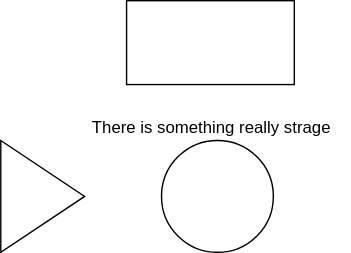
serodriguez68/react-cheatsheet-udemy-2019 keeps this draw.io diagram as diagrams/test.svg. Above is the earlier version. Source tidied: cells renumbered, new cells last; positions are measured from the earlier drawing's top-left corner, leaving out a move shared by most shapes.
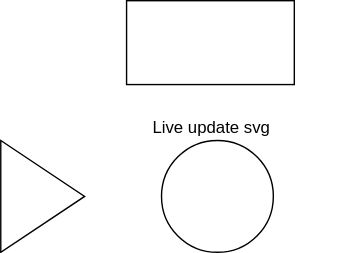
The same file after the commit.

Diff of the diagram source:
```diff
@@ -11,7 +11,7 @@
     <mxCell id="4" style="triangle;whiteSpace=wrap;html=1;" parent="1" vertex="1">
       <mxGeometry y="100" width="60" height="80" as="geometry" />
     </mxCell>
-    <mxCell id="5" value="There is something really strage" style="text;html=1;strokeColor=none;fillColor=none;align=center;verticalAlign=middle;whiteSpace=wrap;rounded=0;" parent="1" vertex="1">
+    <mxCell id="5" value="Live update svg" style="text;html=1;strokeColor=none;fillColor=none;align=center;verticalAlign=middle;whiteSpace=wrap;rounded=0;" parent="1" vertex="1">
       <mxGeometry x="50" y="80" width="200" height="20" as="geometry" />
     </mxCell>
   </root>
```
